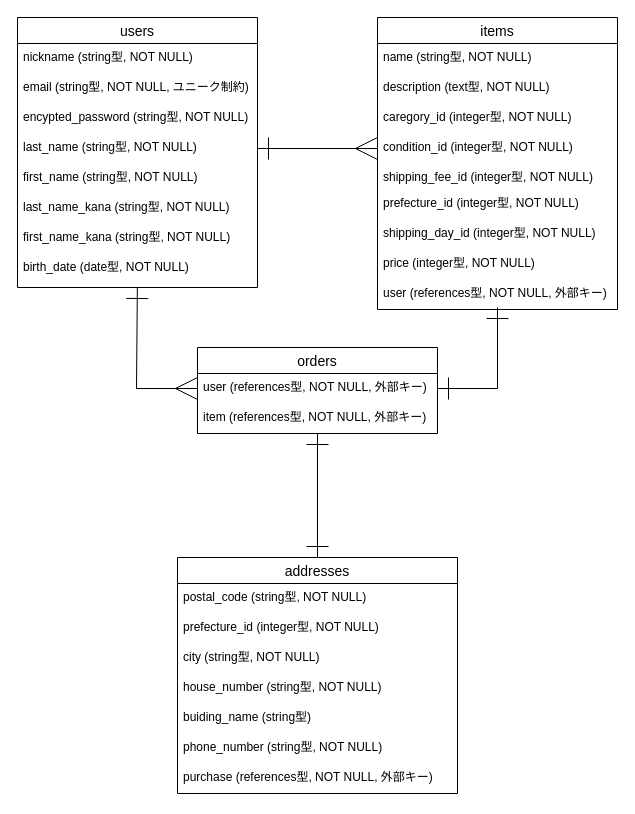
Before: furima.dio in WatanabeMegumi/furima-42080, a draw.io diagram. Source tidied: cells renumbered, new cells numbered last; positions are measured from the earlier drawing's top-left corner, leaving out a move shared by most shapes. Both pictures are drawn from the tidied source at 100%, with x=0, y=0 at pixel (17, 17).
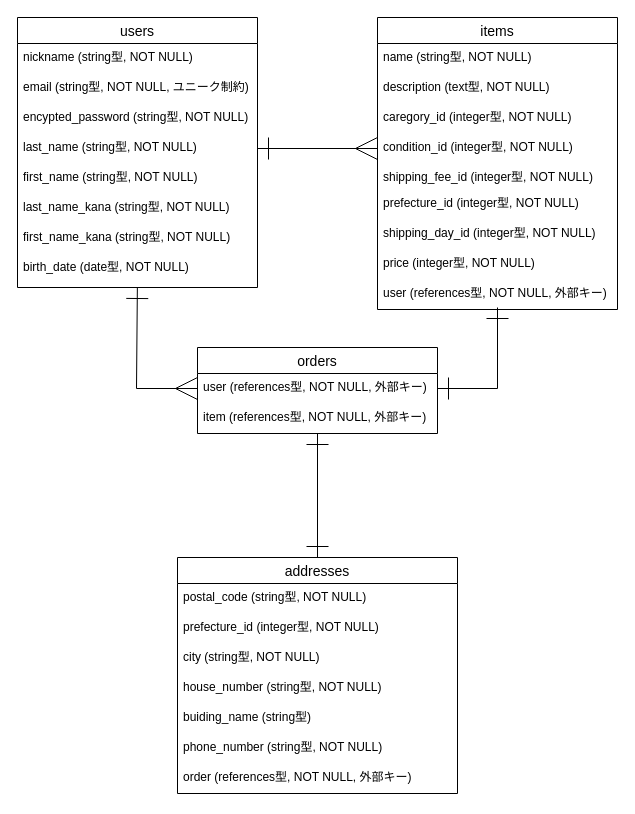
Above is the later version.

Unchanged cells that the change refers to:
```xml
<mxCell id="25" value="addresses" style="swimlane;fontStyle=0;horizontal=1;startSize=26;align=center;fontSize=14;" parent="1" vertex="1">
  <mxGeometry x="160" y="540" width="280" height="236" as="geometry" />
</mxCell>
```

Change to the diagram source:
```diff
@@
-    <mxCell id="32" value="purchase&amp;nbsp;&lt;span style=&quot;color: rgb(0, 0, 0);&quot;&gt;(references型, NOT NULL, 外部キー)&lt;/span&gt;" style="text;strokeColor=none;fillColor=none;spacingLeft=4;spacingRight=4;overflow=hidden;fontSize=12;whiteSpace=wrap;html=1;" parent="25" vertex="1">
+    <mxCell id="32" value="order&amp;nbsp;&lt;span style=&quot;color: rgb(0, 0, 0);&quot;&gt;(references型, NOT NULL, 外部キー)&lt;/span&gt;" style="text;strokeColor=none;fillColor=none;spacingLeft=4;spacingRight=4;overflow=hidden;fontSize=12;whiteSpace=wrap;html=1;" parent="25" vertex="1">
       <mxGeometry y="206" width="280" height="30" as="geometry" />
     </mxCell>
```
